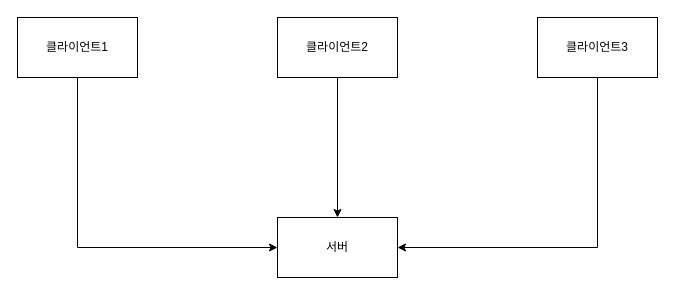
Earlier version of the draw.io diagram 채팅 소켓통신 다이어그램.drawio (Hyunmin-Kwak-hub/neighbor21). Source tidied: cells renumbered, new cells numbered last; positions are measured from the earlier drawing's top-left corner, leaving out a move shared by most shapes. Both pictures are drawn from the tidied source at 100%, with x=0, y=0 at pixel (17, 17).
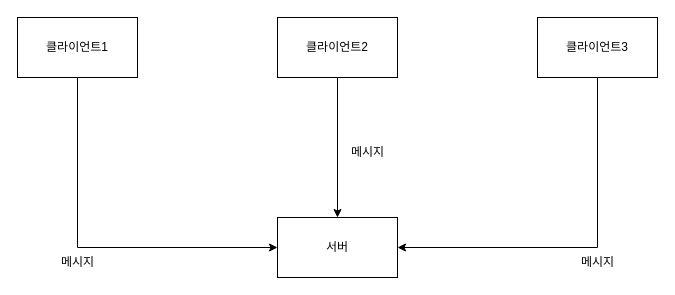
After the change.

Commit message (it also covers changes not shown here):
채팅 소켓통신 다이어그램.drawio 업데이트

The edit, as a diff of the source:
```diff
@@
 <mxGraphModel>
   <root>
     <mxCell id="0" />
     <mxCell id="1" parent="0" />
     <mxCell id="2" value="서버" style="rounded=0;whiteSpace=wrap;html=1;" parent="1" vertex="1">
       <mxGeometry x="260" y="200" width="120" height="60" as="geometry" />
     </mxCell>
     <mxCell id="3" style="edgeStyle=orthogonalEdgeStyle;rounded=0;jettySize=auto;html=1;exitX=0.5;exitY=1;exitDx=0;exitDy=0;entryX=0;entryY=0.5;entryDx=0;entryDy=0;" parent="1" edge="1" source="4" target="2">
       <mxGeometry relative="1" as="geometry" />
     </mxCell>
     <mxCell id="4" value="클라이언트1" style="rounded=0;whiteSpace=wrap;html=1;" parent="1" vertex="1">
       <mxGeometry width="120" height="60" as="geometry" />
     </mxCell>
     <mxCell id="5" style="edgeStyle=orthogonalEdgeStyle;rounded=0;jettySize=auto;html=1;exitX=0.5;exitY=1;exitDx=0;exitDy=0;entryX=0.5;entryY=0;entryDx=0;entryDy=0;" parent="1" edge="1" source="6" target="2">
       <mxGeometry relative="1" as="geometry" />
     </mxCell>
     <mxCell id="6" value="클라이언트2" style="rounded=0;whiteSpace=wrap;html=1;" parent="1" vertex="1">
       <mxGeometry x="260" width="120" height="60" as="geometry" />
     </mxCell>
     <mxCell id="7" style="edgeStyle=orthogonalEdgeStyle;rounded=0;jettySize=auto;html=1;exitX=0.5;exitY=1;exitDx=0;exitDy=0;entryX=1;entryY=0.5;entryDx=0;entryDy=0;" parent="1" edge="1" source="8" target="2">
       <mxGeometry relative="1" as="geometry" />
     </mxCell>
     <mxCell id="8" value="클라이언트3" style="rounded=0;whiteSpace=wrap;html=1;" parent="1" vertex="1">
       <mxGeometry x="520" width="120" height="60" as="geometry" />
     </mxCell>
+    <mxCell id="9" value="메시지" style="text;html=1;align=center;verticalAlign=middle;strokeColor=none;fillColor=none;" parent="1" vertex="1">
+      <mxGeometry x="550" y="230" width="60" height="30" as="geometry" />
+    </mxCell>
+    <mxCell id="10" value="메시지" style="text;html=1;align=center;verticalAlign=middle;strokeColor=none;fillColor=none;" parent="1" vertex="1">
+      <mxGeometry x="30" y="230" width="60" height="30" as="geometry" />
+    </mxCell>
+    <mxCell id="11" value="메시지" style="text;html=1;align=center;verticalAlign=middle;strokeColor=none;fillColor=none;" parent="1" vertex="1">
+      <mxGeometry x="320" y="120" width="60" height="30" as="geometry" />
+    </mxCell>
   </root>
 </mxGraphModel>
```
